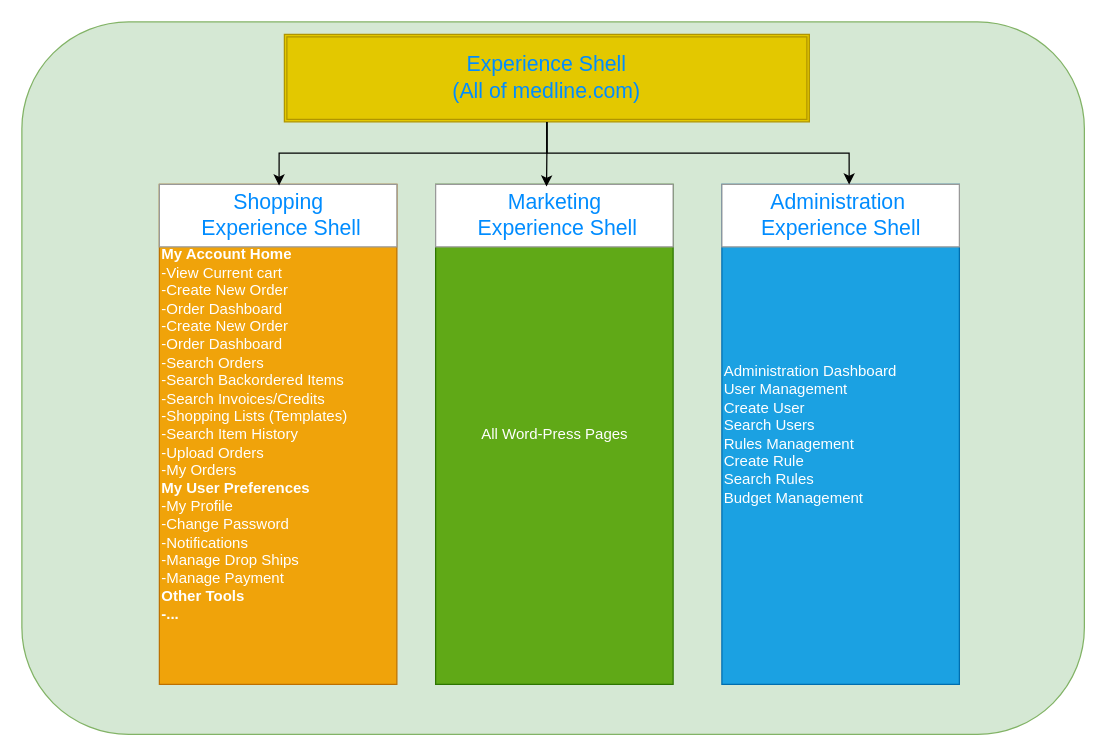
This is page "Page-1" (1 of 2) of Shell Application Layout.drawio from neio100/orange, a draw.io file, before an edit. Source tidied: cells renumbered, new cells numbered last; positions are measured from the earlier drawing's top-left corner, leaving out a move shared by most shapes. Both pictures are drawn from the tidied source at 125%, with x=0, y=0 at pixel (21, 21).
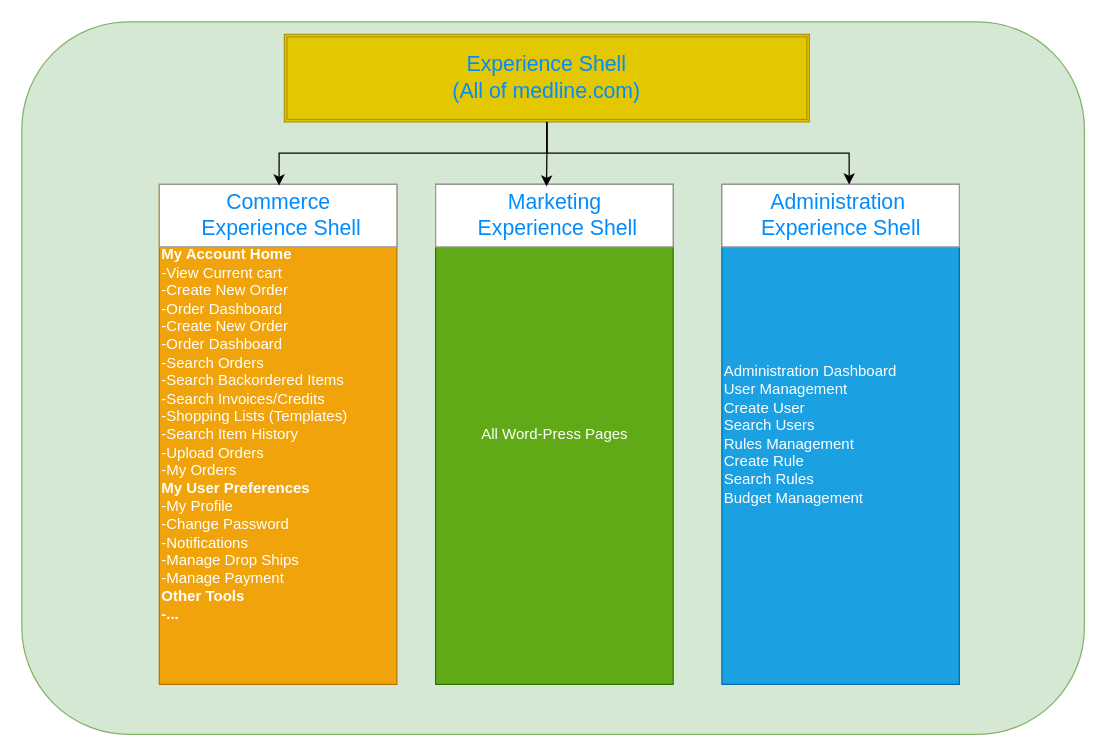
The same page after the edit.

What changed in the source:
```diff
@@
 <mxGraphModel>
   <root>
     <mxCell id="0" />
     <mxCell id="1" parent="0" />
     <mxCell id="2" style="rounded=1;whiteSpace=wrap;html=1;fillColor=#d5e8d4;strokeColor=#82b366;" parent="1" vertex="1">
       <mxGeometry width="850" height="570" as="geometry" />
     </mxCell>
     <mxCell id="3" value="&lt;font style=&quot;font-size: 17px&quot; color=&quot;#008cff&quot;&gt;Experience Shell&lt;br&gt;(All of medline.com)&lt;/font&gt;" style="shape=ext;double=1;rounded=0;whiteSpace=wrap;html=1;fillColor=#e3c800;strokeColor=#B09500;fontColor=#000000;" parent="1" vertex="1">
       <mxGeometry x="210" y="10" width="420" height="70" as="geometry" />
     </mxCell>
     <mxCell id="4" value="&lt;font color=&quot;#ffffff&quot;&gt;&lt;b&gt;My Account Home&lt;/b&gt;&lt;br&gt;&lt;span&gt; &lt;/span&gt;-View Current cart&lt;br&gt;&lt;span&gt; &lt;/span&gt;-Create New Order&lt;br&gt;&lt;span&gt; &lt;/span&gt;-Order Dashboard&lt;br&gt;&lt;span&gt; &lt;/span&gt;-&lt;span&gt;Create New Order&lt;/span&gt;&lt;/font&gt;&lt;div&gt;&lt;font color=&quot;#ffffff&quot;&gt;-Order Dashboard&lt;/font&gt;&lt;/div&gt;&lt;div&gt;&lt;font color=&quot;#ffffff&quot;&gt;-Search Orders&lt;/font&gt;&lt;/div&gt;&lt;div&gt;&lt;font color=&quot;#ffffff&quot;&gt;-Search Backordered Items&lt;/font&gt;&lt;/div&gt;&lt;div&gt;&lt;font color=&quot;#ffffff&quot;&gt;-Search Invoices/Credits&lt;/font&gt;&lt;/div&gt;&lt;div&gt;&lt;font color=&quot;#ffffff&quot;&gt;-Shopping Lists (Templates)&lt;/font&gt;&lt;/div&gt;&lt;div&gt;&lt;font color=&quot;#ffffff&quot;&gt;-Search Item History&lt;/font&gt;&lt;/div&gt;&lt;div&gt;&lt;font color=&quot;#ffffff&quot;&gt;-Upload Orders&lt;/font&gt;&lt;/div&gt;&lt;font color=&quot;#ffffff&quot;&gt;-My Orders&lt;br&gt;&lt;b&gt;My User Preferences&lt;br&gt;&lt;/b&gt;&lt;/font&gt;&lt;div&gt;&lt;font color=&quot;#ffffff&quot;&gt;-My Profile&lt;/font&gt;&lt;/div&gt;&lt;div&gt;&lt;font color=&quot;#ffffff&quot;&gt;-Change Password&lt;/font&gt;&lt;/div&gt;&lt;div&gt;&lt;font color=&quot;#ffffff&quot;&gt;-Notifications&lt;/font&gt;&lt;/div&gt;&lt;div&gt;&lt;font color=&quot;#ffffff&quot;&gt;-Manage Drop Ships&lt;/font&gt;&lt;/div&gt;&lt;div&gt;&lt;font color=&quot;#ffffff&quot;&gt;-Manage Payment&lt;/font&gt;&lt;/div&gt;&lt;b&gt;&lt;font color=&quot;#ffffff&quot;&gt;Other Tools&lt;br&gt;-...&lt;/font&gt;&lt;br&gt;&lt;/b&gt;" style="strokeWidth=1;shadow=0;dashed=0;align=left;html=1;shape=mxgraph.mockup.forms.rrect;rSize=0;fillColor=#f0a30a;strokeColor=#BD7000;fontColor=#000000;" parent="1" vertex="1">
       <mxGeometry x="110" y="130" width="190" height="400" as="geometry" />
     </mxCell>
-    <mxCell id="5" value="Shopping&lt;br&gt;&amp;nbsp;Experience Shell" style="strokeWidth=1;shadow=0;dashed=0;align=center;html=1;shape=mxgraph.mockup.forms.rrect;rSize=0;strokeColor=#999999;fontColor=#008cff;fontSize=17;fillColor=#ffffff;" parent="4" vertex="1">
+    <mxCell id="5" value="Commerce&lt;br&gt;&amp;nbsp;Experience Shell" style="strokeWidth=1;shadow=0;dashed=0;align=center;html=1;shape=mxgraph.mockup.forms.rrect;rSize=0;strokeColor=#999999;fontColor=#008cff;fontSize=17;fillColor=#ffffff;" parent="4" vertex="1">
       <mxGeometry width="190" height="50" relative="1" as="geometry" />
     </mxCell>
     <mxCell id="6" value="All Word-Press Pages&lt;br&gt;" style="strokeWidth=1;shadow=0;dashed=0;align=center;html=1;shape=mxgraph.mockup.forms.rrect;rSize=0;fillColor=#60a917;strokeColor=#2D7600;fontColor=#ffffff;" parent="1" vertex="1">
       <mxGeometry x="331" y="130" width="190" height="400" as="geometry" />
     </mxCell>
     <mxCell id="7" value="Marketing&lt;br&gt;&amp;nbsp;Experience Shell" style="strokeWidth=1;shadow=0;dashed=0;align=center;html=1;shape=mxgraph.mockup.forms.rrect;rSize=0;strokeColor=#999999;fontColor=#008cff;fontSize=17;fillColor=#ffffff;" parent="6" vertex="1">
       <mxGeometry width="190" height="50" relative="1" as="geometry" />
     </mxCell>
     <mxCell id="8" value="&lt;div style=&quot;text-align: justify&quot;&gt;Administration Dashboard&lt;/div&gt;&lt;div style=&quot;text-align: justify&quot;&gt;User Management&lt;/div&gt;&lt;div style=&quot;text-align: justify&quot;&gt;Create User&lt;/div&gt;&lt;div style=&quot;text-align: justify&quot;&gt;Search Users&lt;/div&gt;&lt;div style=&quot;text-align: justify&quot;&gt;Rules Management&lt;/div&gt;&lt;div style=&quot;text-align: justify&quot;&gt;Create Rule&lt;/div&gt;&lt;div style=&quot;text-align: justify&quot;&gt;Search Rules&lt;/div&gt;&lt;div style=&quot;text-align: justify&quot;&gt;Budget Management&lt;/div&gt;" style="strokeWidth=1;shadow=0;dashed=0;align=left;html=1;shape=mxgraph.mockup.forms.rrect;rSize=0;fillColor=#1ba1e2;fontColor=#ffffff;strokeColor=#006EAF;" parent="1" vertex="1">
       <mxGeometry x="560" y="130" width="190" height="400" as="geometry" />
     </mxCell>
     <mxCell id="9" value="Administration&amp;nbsp;&lt;br&gt;Experience Shell" style="strokeWidth=1;shadow=0;dashed=0;align=center;html=1;shape=mxgraph.mockup.forms.rrect;rSize=0;strokeColor=#999999;fontColor=#008cff;fontSize=17;fillColor=#ffffff;" parent="8" vertex="1">
       <mxGeometry width="190" height="50" relative="1" as="geometry" />
     </mxCell>
     <mxCell id="10" style="edgeStyle=orthogonalEdgeStyle;rounded=0;jettySize=auto;html=1;entryX=0.536;entryY=0.004;entryDx=0;entryDy=0;entryPerimeter=0;exitX=0.5;exitY=1;exitDx=0;exitDy=0;" parent="1" edge="1" source="3" target="9">
       <mxGeometry relative="1" as="geometry" />
     </mxCell>
     <mxCell id="11" style="edgeStyle=orthogonalEdgeStyle;rounded=0;jettySize=auto;html=1;entryX=0.467;entryY=0.036;entryDx=0;entryDy=0;entryPerimeter=0;exitX=0.5;exitY=1;exitDx=0;exitDy=0;" parent="1" edge="1" source="3" target="7">
       <mxGeometry relative="1" as="geometry" />
     </mxCell>
     <mxCell id="12" style="edgeStyle=orthogonalEdgeStyle;rounded=0;jettySize=auto;html=1;exitX=0.5;exitY=1;exitDx=0;exitDy=0;entryX=0.504;entryY=0.02;entryDx=0;entryDy=0;entryPerimeter=0;" parent="1" edge="1" source="3" target="5">
       <mxGeometry relative="1" as="geometry" />
     </mxCell>
   </root>
 </mxGraphModel>
```
